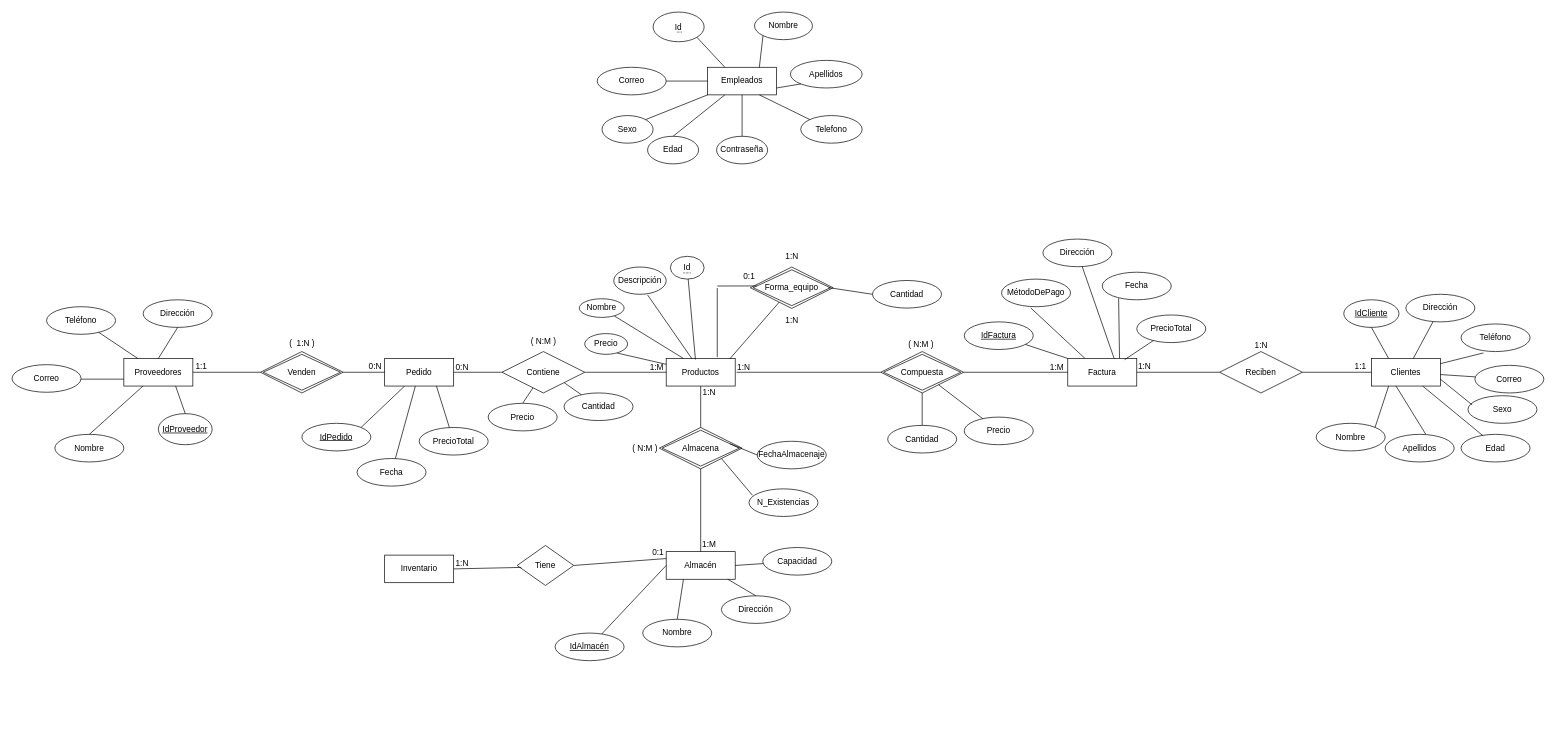
Earlier version of the draw.io diagram page "Page-1" (1 of 2) of Untitled Diagram.drawio (huertin03/ERP-HardSpot). Source tidied: cells renumbered, new cells numbered last; positions are measured from the earlier drawing's top-left corner, leaving out a move shared by most shapes. Both pictures are drawn from the tidied source at 69%, with x=0, y=0 at pixel (12, 12).
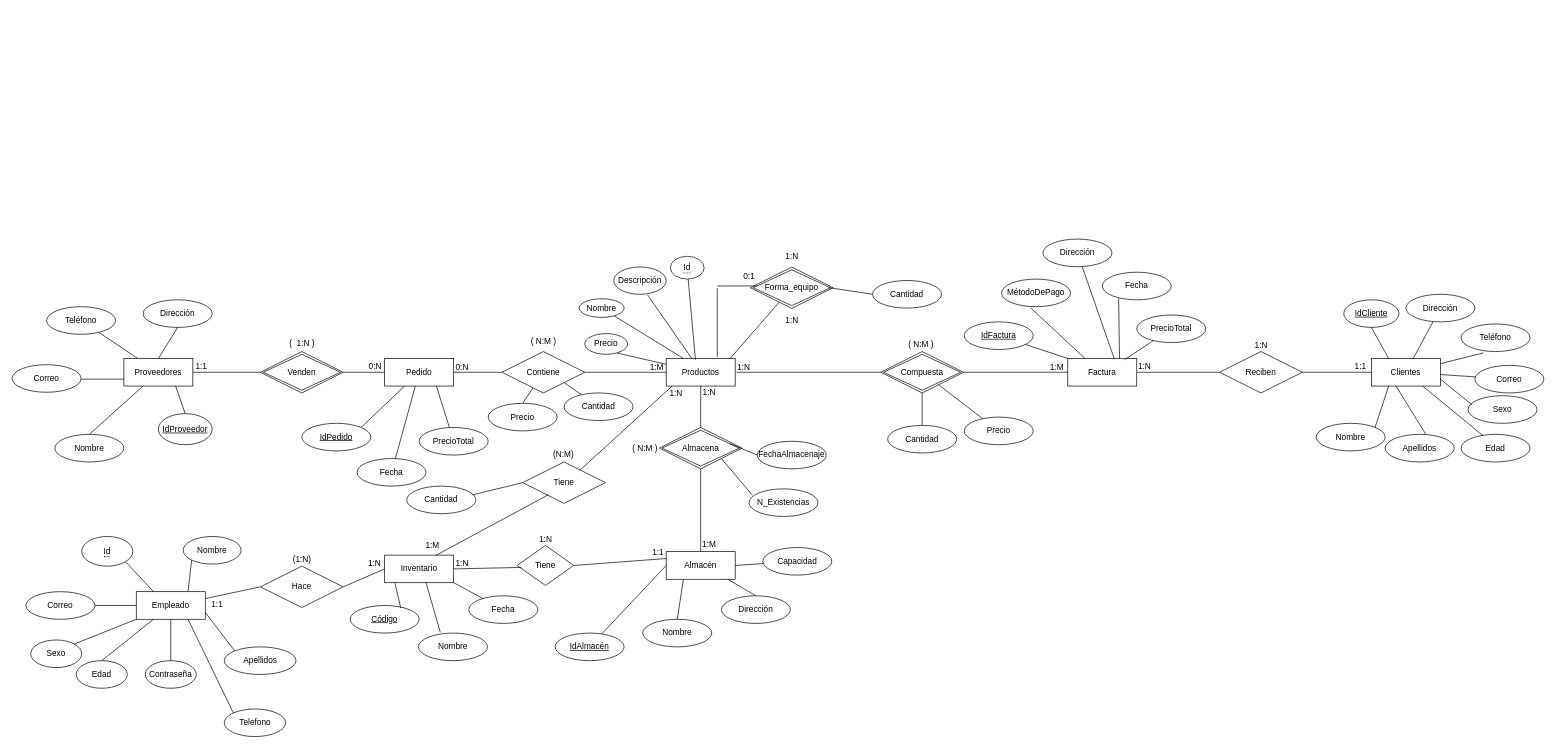
After the change.

Unchanged cells that the change refers to:
```xml
<mxCell id="2" value="Productos" style="whiteSpace=wrap;html=1;align=center;" parent="1" vertex="1">
  <mxGeometry x="948" y="502" width="100" height="40" as="geometry" />
</mxCell>
<mxCell id="134" value="Inventario" style="whiteSpace=wrap;html=1;align=center;" parent="1" vertex="1">
  <mxGeometry x="540" y="787" width="100" height="40" as="geometry" />
</mxCell>
```

The edit, as a diff of the source:
```diff
@@
-    <mxCell id="117" value="Empleados" style="whiteSpace=wrap;html=1;align=center;" parent="1" vertex="1">
-      <mxGeometry x="1008" y="80" width="100" height="40" as="geometry" />
+    <mxCell id="117" value="Empleado" style="whiteSpace=wrap;html=1;align=center;" parent="1" vertex="1">
+      <mxGeometry x="180" y="840" width="100" height="40" as="geometry" />
     </mxCell>
     <mxCell id="118" value="&lt;span style=&quot;border-bottom: 1px dotted&quot;&gt;Id&lt;/span&gt;" style="ellipse;whiteSpace=wrap;html=1;align=center;" parent="1" vertex="1">
-      <mxGeometry x="929" width="74" height="43" as="geometry" />
+      <mxGeometry x="101" y="760" width="74" height="43" as="geometry" />
     </mxCell>
     <mxCell id="119" value="Nombre" style="ellipse;whiteSpace=wrap;html=1;align=center;" parent="1" vertex="1">
-      <mxGeometry x="1076" width="84" height="40" as="geometry" />
+      <mxGeometry x="248" y="760" width="84" height="40" as="geometry" />
     </mxCell>
     <mxCell id="120" value="Correo" style="ellipse;whiteSpace=wrap;html=1;align=center;" parent="1" vertex="1">
-      <mxGeometry x="848" y="80" width="100" height="40" as="geometry" />
+      <mxGeometry x="20" y="840" width="100" height="40" as="geometry" />
     </mxCell>
     <mxCell id="121" value="Apellidos" style="ellipse;whiteSpace=wrap;html=1;align=center;" parent="1" vertex="1">
-      <mxGeometry x="1128" y="70" width="104" height="40" as="geometry" />
+      <mxGeometry x="307.5" y="920" width="104" height="40" as="geometry" />
     </mxCell>
     <mxCell id="122" value="Sexo" style="ellipse;whiteSpace=wrap;html=1;align=center;" parent="1" vertex="1">
-      <mxGeometry x="855" y="150" width="74" height="40" as="geometry" />
+      <mxGeometry x="27" y="910" width="74" height="40" as="geometry" />
     </mxCell>
     <mxCell id="123" value="Telefono" style="ellipse;whiteSpace=wrap;html=1;align=center;" parent="1" vertex="1">
-      <mxGeometry x="1143" y="150" width="89" height="40" as="geometry" />
+      <mxGeometry x="307.5" y="1010" width="89" height="40" as="geometry" />
     </mxCell>
     <mxCell id="124" value="Contraseña" style="ellipse;whiteSpace=wrap;html=1;align=center;" parent="1" vertex="1">
-      <mxGeometry x="1021" y="180" width="74" height="40" as="geometry" />
+      <mxGeometry x="193" y="940" width="74" height="40" as="geometry" />
     </mxCell>
@@
-    <mxCell id="127" style="endArrow=none;html=1;rounded=0;exitX=0;exitY=1;exitDx=0;exitDy=0;entryX=1;entryY=0.75;entryDx=0;entryDy=0;" parent="1" edge="1" source="121" target="117">
+    <mxCell id="127" style="endArrow=none;html=1;rounded=0;exitX=0;exitY=0;exitDx=0;exitDy=0;entryX=1;entryY=0.75;entryDx=0;entryDy=0;" parent="1" edge="1" source="121" target="117">
       <mxGeometry relative="1" as="geometry" />
     </mxCell>
@@
     <mxCell id="132" value="Edad" style="ellipse;whiteSpace=wrap;html=1;align=center;" parent="1" vertex="1">
-      <mxGeometry x="921" y="180" width="74" height="40" as="geometry" />
+      <mxGeometry x="93" y="940" width="74" height="40" as="geometry" />
     </mxCell>
@@
-    <mxCell id="138" value="0:1" style="text;html=1;align=center;verticalAlign=middle;strokeColor=none;fillColor=none;" parent="1" vertex="1">
+    <mxCell id="138" value="1:1" style="text;html=1;align=center;verticalAlign=middle;strokeColor=none;fillColor=none;" parent="1" vertex="1">
       <mxGeometry x="916" y="769" width="40" height="30" as="geometry" />
     </mxCell>
@@
+    <mxCell id="140" value="Hace" style="shape=rhombus;perimeter=rhombusPerimeter;whiteSpace=wrap;html=1;align=center;" parent="1" vertex="1">
+      <mxGeometry x="360" y="803" width="120" height="60" as="geometry" />
+    </mxCell>
+    <mxCell id="141" style="endArrow=none;html=1;rounded=0;exitX=1;exitY=0.25;exitDx=0;exitDy=0;entryX=0;entryY=0.5;entryDx=0;entryDy=0;" parent="1" edge="1" source="117" target="140">
+      <mxGeometry relative="1" as="geometry" />
+    </mxCell>
+    <mxCell id="142" value="1:1" style="text;html=1;align=center;verticalAlign=middle;strokeColor=none;fillColor=none;" parent="1" vertex="1">
+      <mxGeometry x="277" y="843" width="40" height="30" as="geometry" />
+    </mxCell>
+    <mxCell id="143" value="(1:N)" style="text;html=1;align=center;verticalAlign=middle;strokeColor=none;fillColor=none;" parent="1" vertex="1">
+      <mxGeometry x="395" y="778" width="50" height="30" as="geometry" />
+    </mxCell>
+    <mxCell id="144" style="endArrow=none;html=1;rounded=0;exitX=1;exitY=0.5;exitDx=0;exitDy=0;entryX=0;entryY=0.5;entryDx=0;entryDy=0;" parent="1" edge="1" source="140" target="134">
+      <mxGeometry relative="1" as="geometry" />
+    </mxCell>
+    <mxCell id="145" value="1:N" style="text;html=1;align=center;verticalAlign=middle;strokeColor=none;fillColor=none;" parent="1" vertex="1">
+      <mxGeometry x="505" y="785" width="40" height="30" as="geometry" />
+    </mxCell>
+    <mxCell id="146" value="1:N" style="text;html=1;align=center;verticalAlign=middle;strokeColor=none;fillColor=none;" parent="1" vertex="1">
+      <mxGeometry x="753" y="750" width="40" height="30" as="geometry" />
+    </mxCell>
+    <mxCell id="147" value="Tiene" style="shape=rhombus;perimeter=rhombusPerimeter;whiteSpace=wrap;html=1;align=center;" parent="1" vertex="1">
+      <mxGeometry x="740" y="652" width="120" height="60" as="geometry" />
+    </mxCell>
+    <mxCell id="148" style="endArrow=none;html=1;rounded=0;entryX=0.086;entryY=1.001;entryDx=0;entryDy=0;entryPerimeter=0;exitX=0.689;exitY=0.203;exitDx=0;exitDy=0;exitPerimeter=0;" parent="1" edge="1" source="147" target="2">
+      <mxGeometry relative="1" as="geometry" />
+    </mxCell>
+    <mxCell id="149" style="endArrow=none;html=1;rounded=0;exitX=0.75;exitY=0;exitDx=0;exitDy=0;entryX=0.31;entryY=0.792;entryDx=0;entryDy=0;entryPerimeter=0;" parent="1" edge="1" source="134" target="147">
+      <mxGeometry relative="1" as="geometry" />
+    </mxCell>
+    <mxCell id="150" value="(N:M)" style="text;html=1;align=center;verticalAlign=middle;strokeColor=none;fillColor=none;" parent="1" vertex="1">
+      <mxGeometry x="774" y="626" width="50" height="30" as="geometry" />
+    </mxCell>
+    <mxCell id="151" value="1:M" style="text;html=1;align=center;verticalAlign=middle;strokeColor=none;fillColor=none;" parent="1" vertex="1">
+      <mxGeometry x="589" y="758" width="40" height="30" as="geometry" />
+    </mxCell>
+    <mxCell id="152" value="1:N" style="text;html=1;align=center;verticalAlign=middle;strokeColor=none;fillColor=none;" parent="1" vertex="1">
+      <mxGeometry x="942" y="538" width="40" height="30" as="geometry" />
+    </mxCell>
+    <mxCell id="153" value="Cantidad" style="ellipse;whiteSpace=wrap;html=1;align=center;" parent="1" vertex="1">
+      <mxGeometry x="572" y="687" width="100" height="40" as="geometry" />
+    </mxCell>
+    <mxCell id="154" style="endArrow=none;html=1;rounded=0;entryX=0;entryY=0.5;entryDx=0;entryDy=0;exitX=0.957;exitY=0.313;exitDx=0;exitDy=0;exitPerimeter=0;" parent="1" edge="1" source="153" target="147">
+      <mxGeometry relative="1" as="geometry" />
+    </mxCell>
+    <mxCell id="155" value="Código" style="ellipse;whiteSpace=wrap;html=1;align=center;fontStyle=4;" parent="1" vertex="1">
+      <mxGeometry x="490" y="860" width="100" height="40" as="geometry" />
+    </mxCell>
+    <mxCell id="156" value="Nombre" style="ellipse;whiteSpace=wrap;html=1;align=center;" parent="1" vertex="1">
+      <mxGeometry x="589" y="900" width="100" height="40" as="geometry" />
+    </mxCell>
+    <mxCell id="157" value="Fecha" style="ellipse;whiteSpace=wrap;html=1;align=center;" parent="1" vertex="1">
+      <mxGeometry x="662" y="846" width="100" height="40" as="geometry" />
+    </mxCell>
+    <mxCell id="158" style="endArrow=none;html=1;rounded=0;exitX=0.149;exitY=1.013;exitDx=0;exitDy=0;exitPerimeter=0;entryX=0.733;entryY=0.093;entryDx=0;entryDy=0;entryPerimeter=0;" parent="1" edge="1" source="134" target="155">
+      <mxGeometry relative="1" as="geometry" />
+    </mxCell>
+    <mxCell id="159" style="endArrow=none;html=1;rounded=0;exitX=0.149;exitY=1.013;exitDx=0;exitDy=0;exitPerimeter=0;entryX=0.316;entryY=-0.022;entryDx=0;entryDy=0;entryPerimeter=0;" parent="1" edge="1" target="156">
+      <mxGeometry relative="1" as="geometry">
+        <mxPoint x="600" y="827" as="sourcePoint" />
+      </mxGeometry>
+    </mxCell>
+    <mxCell id="160" style="endArrow=none;html=1;rounded=0;exitX=1;exitY=1;exitDx=0;exitDy=0;" parent="1" edge="1" source="134" target="157">
+      <mxGeometry relative="1" as="geometry" />
+    </mxCell>
```
